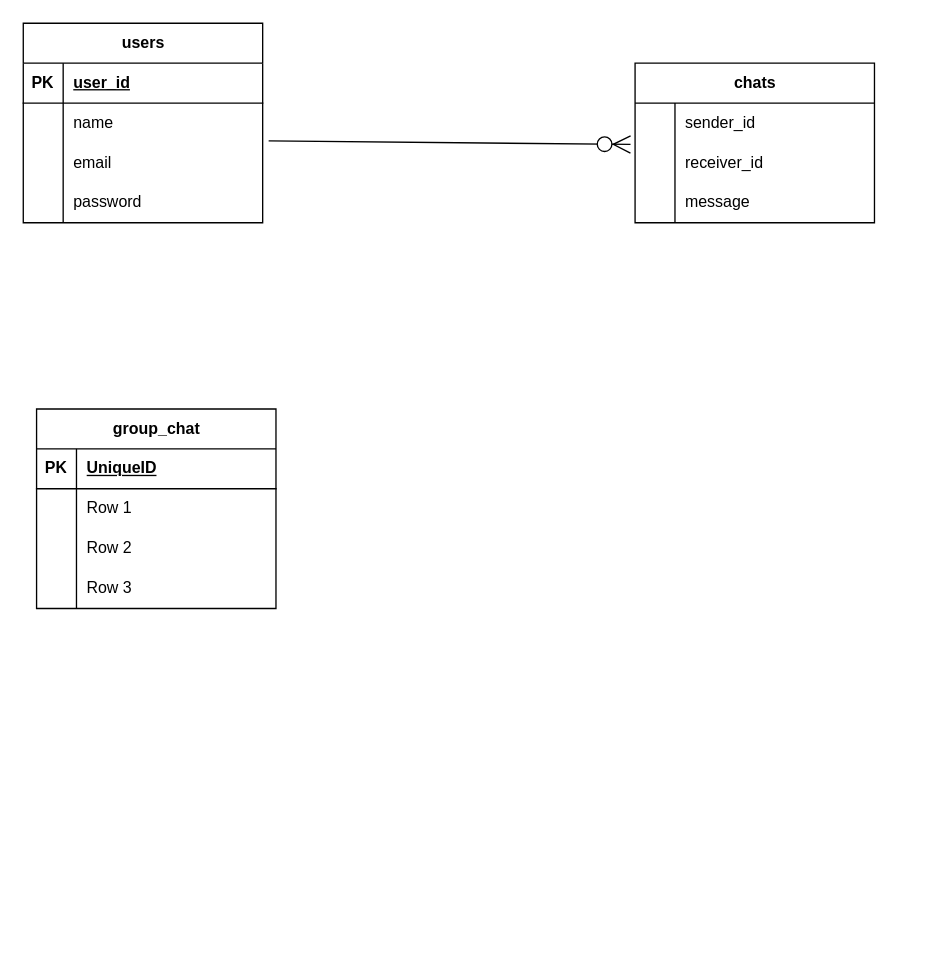
Above: page "Page-2" (2 of 2) of Er.drawio in chetan-v/check (draw.io), before the change. Source tidied: cells renumbered, new cells numbered last; positions are measured from the earlier drawing's top-left corner, leaving out a move shared by most shapes. Both pictures are drawn from the tidied source at 133%, with x=0, y=0 at pixel (23, 23).
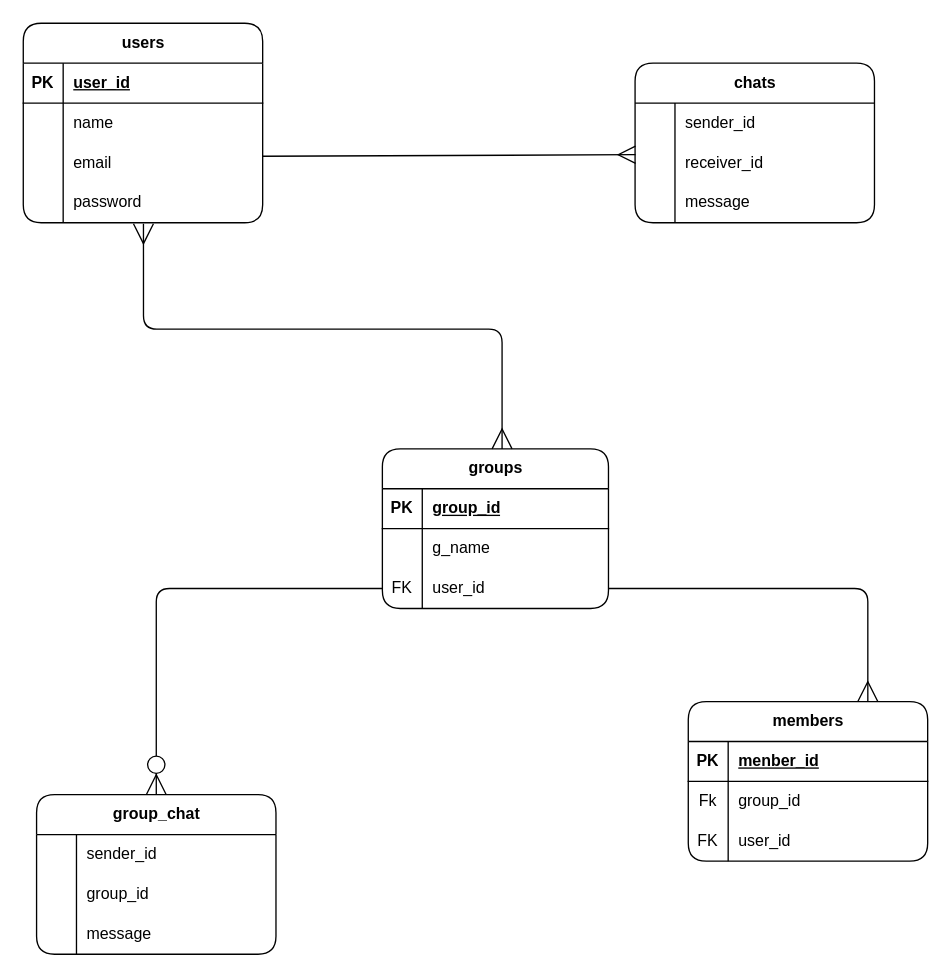
The same page after the edit.

The change refers to these unchanged cells:
```xml
<mxCell id="9" style="shape=tableRow;horizontal=0;startSize=0;swimlaneHead=0;swimlaneBody=0;fillColor=none;points=[[0,0.5],[1,0.5]];portConstraint=eastwest;top=0;left=0;right=0;bottom=0;" parent="2" vertex="1">
  <mxGeometry y="90" width="180" height="30" as="geometry" />
</mxCell>
<mxCell id="12" style="shape=tableRow;horizontal=0;startSize=0;swimlaneHead=0;swimlaneBody=0;fillColor=none;points=[[0,0.5],[1,0.5]];portConstraint=eastwest;top=0;left=0;right=0;bottom=0;" parent="2" vertex="1">
  <mxGeometry y="120" width="180" height="30" as="geometry" />
</mxCell>
<mxCell id="19" style="shape=tableRow;horizontal=0;startSize=0;swimlaneHead=0;swimlaneBody=0;fillColor=none;points=[[0,0.5],[1,0.5]];portConstraint=eastwest;top=0;left=0;right=0;bottom=0;" parent="15" vertex="1">
  <mxGeometry y="60" width="180" height="30" as="geometry" />
</mxCell>
```

Diff of the diagram source:
```diff
@@
-    <mxCell id="2" value="users" style="shape=table;startSize=30;childLayout=tableLayout;rowLines=0;fontStyle=1;align=center;html=1;" parent="1" vertex="1">
+    <mxCell id="2" value="users" style="shape=table;startSize=30;childLayout=tableLayout;rowLines=0;fontStyle=1;align=center;html=1;rounded=1;" parent="1" vertex="1">
       <mxGeometry width="180" height="150" as="geometry" />
     </mxCell>
@@
-    <mxCell id="15" value="chats" style="shape=table;startSize=30;childLayout=tableLayout;rowLines=0;fontStyle=1;align=center;html=1;" parent="1" vertex="1">
+    <mxCell id="15" value="chats" style="shape=table;startSize=30;childLayout=tableLayout;rowLines=0;fontStyle=1;align=center;html=1;rounded=1;swimlaneLine=1;shadow=0;" parent="1" vertex="1">
       <mxGeometry x="460" y="30" width="180" height="120" as="geometry" />
     </mxCell>
@@
-    <mxCell id="25" style="fontSize=12;html=1;endArrow=ERzeroToMany;endFill=1;rounded=0;exitX=1.025;exitY=-0.052;exitDx=0;exitDy=0;exitPerimeter=0;entryX=-0.019;entryY=0.037;entryDx=0;entryDy=0;entryPerimeter=0;endSize=11;" parent="1" edge="1" source="9" target="19">
-      <mxGeometry relative="1" as="geometry" />
+    <mxCell id="25" style="fontSize=12;html=1;endArrow=ERmany;endFill=0;rounded=0;entryX=0.002;entryY=0.294;entryDx=0;entryDy=0;entryPerimeter=0;endSize=11;" parent="1" edge="1" target="19">
+      <mxGeometry relative="1" as="geometry">
+        <mxPoint x="180" y="100" as="sourcePoint" />
+      </mxGeometry>
     </mxCell>
-    <mxCell id="26" value="group_chat" style="shape=table;startSize=30;childLayout=tableLayout;rowLines=0;fontStyle=1;align=center;html=1;" parent="1" vertex="1">
-      <mxGeometry x="10" y="290" width="180" height="150" as="geometry" />
+    <mxCell id="26" value="group_chat" style="shape=table;startSize=30;childLayout=tableLayout;rowLines=0;fontStyle=1;align=center;html=1;rounded=1;" parent="1" vertex="1">
+      <mxGeometry x="10" y="580" width="180" height="120" as="geometry" />
     </mxCell>
-    <mxCell id="27" style="shape=tableRow;horizontal=0;startSize=0;swimlaneHead=0;swimlaneBody=0;fillColor=none;top=0;left=0;right=0;bottom=1;" parent="26" vertex="1">
-      <mxGeometry y="30" width="180" height="30" as="geometry" />
-    </mxCell>
-    <mxCell id="28" value="PK" style="shape=partialRectangle;fillColor=none;top=0;left=0;bottom=0;right=0;fontStyle=1;overflow=hidden;whiteSpace=wrap;html=1;" parent="27" vertex="1">
-      <mxGeometry width="30" height="30" as="geometry" />
-    </mxCell>
-    <mxCell id="29" value="UniqueID" style="shape=partialRectangle;fillColor=none;top=0;left=0;bottom=0;right=0;align=left;spacingLeft=6;fontStyle=5;overflow=hidden;whiteSpace=wrap;html=1;" parent="27" vertex="1">
-      <mxGeometry x="30" width="150" height="30" as="geometry" />
-    </mxCell>
     <mxCell id="30" style="shape=tableRow;horizontal=0;startSize=0;swimlaneHead=0;swimlaneBody=0;fillColor=none;top=0;left=0;right=0;bottom=0;" parent="26" vertex="1">
-      <mxGeometry y="60" width="180" height="30" as="geometry" />
+      <mxGeometry y="30" width="180" height="30" as="geometry" />
     </mxCell>
@@
-    <mxCell id="32" value="Row 1" style="shape=partialRectangle;fillColor=none;top=0;left=0;bottom=0;right=0;align=left;spacingLeft=6;overflow=hidden;whiteSpace=wrap;html=1;" parent="30" vertex="1">
+    <mxCell id="32" value="sender_id" style="shape=partialRectangle;fillColor=none;top=0;left=0;bottom=0;right=0;align=left;spacingLeft=6;overflow=hidden;whiteSpace=wrap;html=1;" parent="30" vertex="1">
       <mxGeometry x="30" width="150" height="30" as="geometry" />
     </mxCell>
     <mxCell id="33" style="shape=tableRow;horizontal=0;startSize=0;swimlaneHead=0;swimlaneBody=0;fillColor=none;top=0;left=0;right=0;bottom=0;" parent="26" vertex="1">
-      <mxGeometry y="90" width="180" height="30" as="geometry" />
+      <mxGeometry y="60" width="180" height="30" as="geometry" />
     </mxCell>
@@
-    <mxCell id="35" value="Row 2" style="shape=partialRectangle;fillColor=none;top=0;left=0;bottom=0;right=0;align=left;spacingLeft=6;overflow=hidden;whiteSpace=wrap;html=1;" parent="33" vertex="1">
+    <mxCell id="35" value="group_id" style="shape=partialRectangle;fillColor=none;top=0;left=0;bottom=0;right=0;align=left;spacingLeft=6;overflow=hidden;whiteSpace=wrap;html=1;" parent="33" vertex="1">
       <mxGeometry x="30" width="150" height="30" as="geometry" />
     </mxCell>
     <mxCell id="36" style="shape=tableRow;horizontal=0;startSize=0;swimlaneHead=0;swimlaneBody=0;fillColor=none;top=0;left=0;right=0;bottom=0;" parent="26" vertex="1">
-      <mxGeometry y="120" width="180" height="30" as="geometry" />
+      <mxGeometry y="90" width="180" height="30" as="geometry" />
     </mxCell>
@@
-    <mxCell id="38" value="Row 3" style="shape=partialRectangle;fillColor=none;top=0;left=0;bottom=0;right=0;align=left;spacingLeft=6;overflow=hidden;whiteSpace=wrap;html=1;" parent="36" vertex="1">
+    <mxCell id="38" value="message" style="shape=partialRectangle;fillColor=none;top=0;left=0;bottom=0;right=0;align=left;spacingLeft=6;overflow=hidden;whiteSpace=wrap;html=1;" parent="36" vertex="1">
       <mxGeometry x="30" width="150" height="30" as="geometry" />
     </mxCell>
+    <mxCell id="39" value="members" style="shape=table;startSize=30;childLayout=tableLayout;rowLines=0;fontStyle=1;align=center;html=1;rounded=1;" parent="1" vertex="1">
+      <mxGeometry x="500" y="510" width="180" height="120" as="geometry" />
+    </mxCell>
+    <mxCell id="27" style="shape=tableRow;horizontal=0;startSize=0;swimlaneHead=0;swimlaneBody=0;fillColor=none;top=0;left=0;right=0;bottom=1;" parent="39" vertex="1">
+      <mxGeometry y="30" width="180" height="30" as="geometry" />
+    </mxCell>
+    <mxCell id="40" value="PK" style="shape=partialRectangle;fillColor=none;top=0;left=0;bottom=0;right=0;fontStyle=1;overflow=hidden;whiteSpace=wrap;html=1;" parent="27" vertex="1">
+      <mxGeometry width="30" height="30" as="geometry" />
+    </mxCell>
+    <mxCell id="41" value="menber_id" style="shape=partialRectangle;fillColor=none;top=0;left=0;bottom=0;right=0;align=left;spacingLeft=6;fontStyle=5;overflow=hidden;whiteSpace=wrap;html=1;" parent="27" vertex="1">
+      <mxGeometry x="30" width="150" height="30" as="geometry" />
+    </mxCell>
+    <mxCell id="42" style="shape=tableRow;horizontal=0;startSize=0;swimlaneHead=0;swimlaneBody=0;fillColor=none;top=0;left=0;right=0;bottom=0;" parent="39" vertex="1">
+      <mxGeometry y="60" width="180" height="30" as="geometry" />
+    </mxCell>
+    <mxCell id="43" value="Fk" style="shape=partialRectangle;fillColor=none;top=0;left=0;bottom=0;right=0;overflow=hidden;whiteSpace=wrap;html=1;" parent="42" vertex="1">
+      <mxGeometry width="30" height="30" as="geometry" />
+    </mxCell>
+    <mxCell id="44" value="group_id" style="shape=partialRectangle;fillColor=none;top=0;left=0;bottom=0;right=0;align=left;spacingLeft=6;overflow=hidden;whiteSpace=wrap;html=1;" parent="42" vertex="1">
+      <mxGeometry x="30" width="150" height="30" as="geometry" />
+    </mxCell>
+    <mxCell id="45" style="shape=tableRow;horizontal=0;startSize=0;swimlaneHead=0;swimlaneBody=0;fillColor=none;top=0;left=0;right=0;bottom=0;" parent="39" vertex="1">
+      <mxGeometry y="90" width="180" height="30" as="geometry" />
+    </mxCell>
+    <mxCell id="46" value="FK" style="shape=partialRectangle;fillColor=none;top=0;left=0;bottom=0;right=0;fontStyle=0;overflow=hidden;whiteSpace=wrap;html=1;" parent="45" vertex="1">
+      <mxGeometry width="30" height="30" as="geometry" />
+    </mxCell>
+    <mxCell id="47" value="user_id" style="shape=partialRectangle;fillColor=none;top=0;left=0;bottom=0;right=0;align=left;spacingLeft=6;fontStyle=0;overflow=hidden;whiteSpace=wrap;html=1;" parent="45" vertex="1">
+      <mxGeometry x="30" width="150" height="30" as="geometry" />
+    </mxCell>
+    <mxCell id="48" value="groups" style="shape=table;startSize=30;childLayout=tableLayout;rowLines=0;fontStyle=1;align=center;html=1;rounded=1;" parent="1" vertex="1">
+      <mxGeometry x="270" y="320" width="170" height="120" as="geometry" />
+    </mxCell>
+    <mxCell id="49" style="shape=tableRow;horizontal=0;startSize=0;swimlaneHead=0;swimlaneBody=0;fillColor=none;top=0;left=0;right=0;bottom=1;" parent="48" vertex="1">
+      <mxGeometry y="30" width="170" height="30" as="geometry" />
+    </mxCell>
+    <mxCell id="50" value="PK" style="shape=partialRectangle;fillColor=none;top=0;left=0;bottom=0;right=0;fontStyle=1;overflow=hidden;whiteSpace=wrap;html=1;" parent="49" vertex="1">
+      <mxGeometry width="30" height="30" as="geometry" />
+    </mxCell>
+    <mxCell id="51" value="group_id" style="shape=partialRectangle;fillColor=none;top=0;left=0;bottom=0;right=0;align=left;spacingLeft=6;fontStyle=5;overflow=hidden;whiteSpace=wrap;html=1;" parent="49" vertex="1">
+      <mxGeometry x="30" width="140" height="30" as="geometry" />
+    </mxCell>
+    <mxCell id="52" style="shape=tableRow;horizontal=0;startSize=0;swimlaneHead=0;swimlaneBody=0;fillColor=none;top=0;left=0;right=0;bottom=0;" parent="48" vertex="1">
+      <mxGeometry y="60" width="170" height="30" as="geometry" />
+    </mxCell>
+    <mxCell id="53" style="shape=partialRectangle;fillColor=none;top=0;left=0;bottom=0;right=0;overflow=hidden;whiteSpace=wrap;html=1;" parent="52" vertex="1">
+      <mxGeometry width="30" height="30" as="geometry" />
+    </mxCell>
+    <mxCell id="54" value="g_name" style="shape=partialRectangle;fillColor=none;top=0;left=0;bottom=0;right=0;align=left;spacingLeft=6;overflow=hidden;whiteSpace=wrap;html=1;" parent="52" vertex="1">
+      <mxGeometry x="30" width="140" height="30" as="geometry" />
+    </mxCell>
+    <mxCell id="55" style="shape=tableRow;horizontal=0;startSize=0;swimlaneHead=0;swimlaneBody=0;fillColor=none;points=[[0,0.5],[1,0.5]];portConstraint=eastwest;top=0;left=0;right=0;bottom=0;" parent="48" vertex="1">
+      <mxGeometry y="90" width="170" height="30" as="geometry" />
+    </mxCell>
+    <mxCell id="56" value="FK" style="shape=partialRectangle;fillColor=none;top=0;left=0;bottom=0;right=0;overflow=hidden;whiteSpace=wrap;html=1;" parent="55" vertex="1">
+      <mxGeometry width="30" height="30" as="geometry" />
+    </mxCell>
+    <mxCell id="57" value="user_id" style="shape=partialRectangle;fillColor=none;top=0;left=0;bottom=0;right=0;align=left;spacingLeft=6;overflow=hidden;whiteSpace=wrap;html=1;" parent="55" vertex="1">
+      <mxGeometry x="30" width="140" height="30" as="geometry" />
+    </mxCell>
+    <mxCell id="58" style="edgeStyle=orthogonalEdgeStyle;fontSize=12;html=1;endArrow=ERmany;rounded=1;endFill=0;exitX=0.502;exitY=1.023;exitDx=0;exitDy=0;exitPerimeter=0;endSize=13;startArrow=ERmany;startFill=0;startSize=13;" parent="1" edge="1" source="12">
+      <mxGeometry relative="1" as="geometry">
+        <mxPoint x="360" y="320" as="targetPoint" />
+        <Array as="points">
+          <mxPoint x="90" y="230" />
+          <mxPoint x="360" y="230" />
+          <mxPoint x="360" y="290" />
+          <mxPoint x="360" y="290" />
+        </Array>
+      </mxGeometry>
+    </mxCell>
+    <mxCell id="59" style="edgeStyle=orthogonalEdgeStyle;fontSize=12;html=1;endArrow=ERzeroToMany;endFill=1;entryX=0.5;entryY=0;entryDx=0;entryDy=0;rounded=1;endSize=13;exitX=0;exitY=0.5;exitDx=0;exitDy=0;" parent="1" edge="1" source="55" target="26">
+      <mxGeometry relative="1" as="geometry" />
+    </mxCell>
+    <mxCell id="60" style="edgeStyle=orthogonalEdgeStyle;fontSize=12;html=1;endArrow=ERmany;rounded=1;endSize=13;exitX=1;exitY=0.5;exitDx=0;exitDy=0;entryX=0.75;entryY=0;entryDx=0;entryDy=0;" parent="1" edge="1" source="55" target="39">
+      <mxGeometry relative="1" as="geometry" />
+    </mxCell>
```
